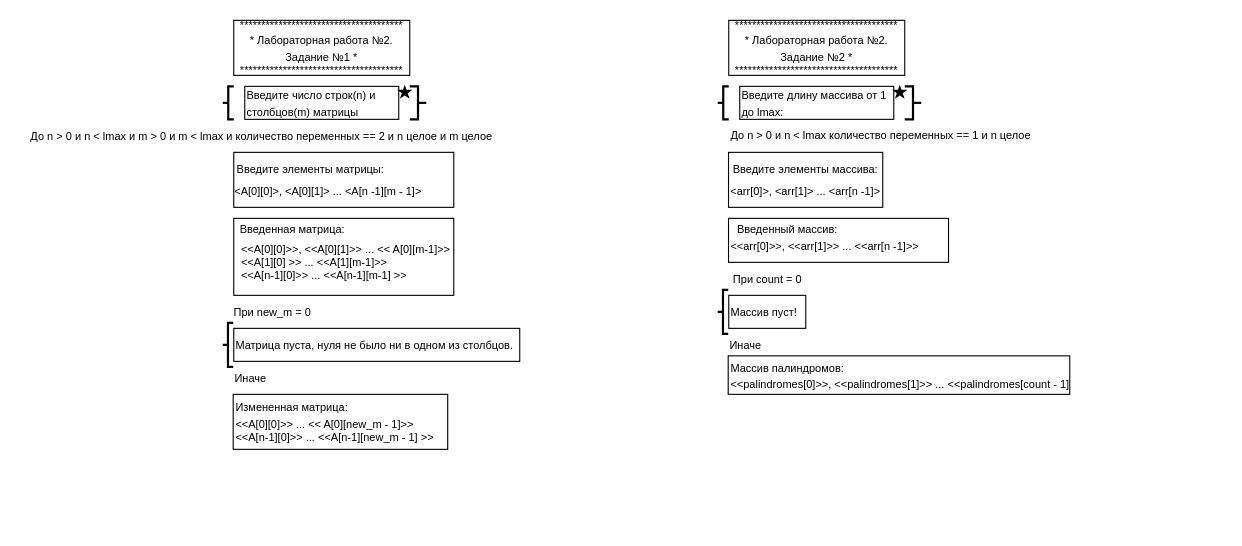
Before: lab2_part1.drawio in xyzfbi/Projects, a draw.io diagram. Source tidied: cells renumbered, new cells numbered last; positions are measured from the earlier drawing's top-left corner, leaving out a move shared by most shapes. Both pictures are drawn from the tidied source at 110%, with x=0, y=0 at pixel (19, 20).
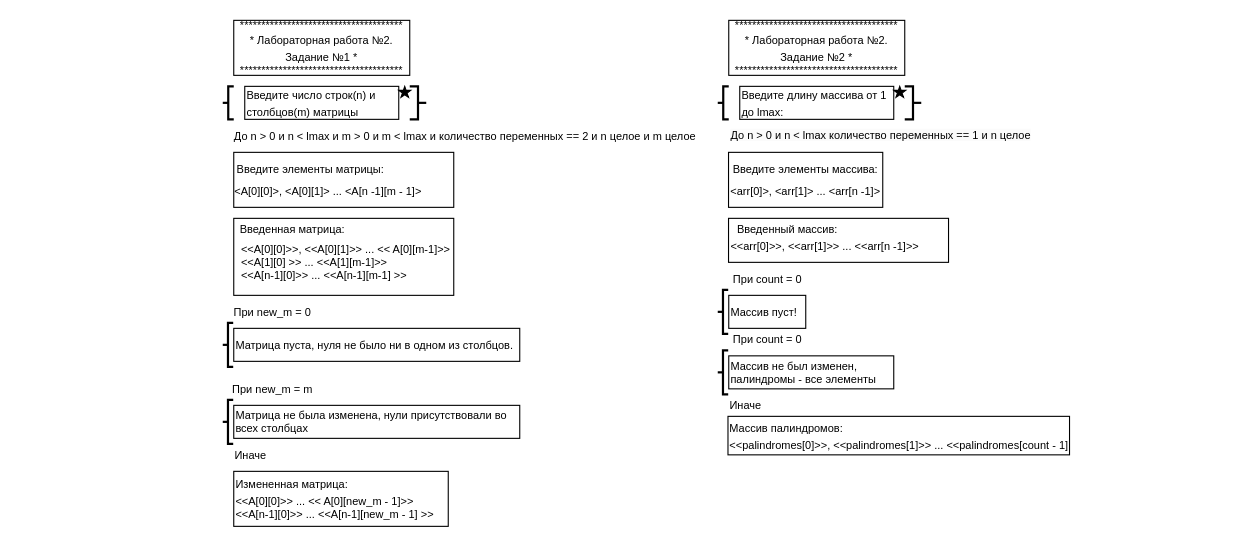
The same page after the edit.

What changed in the source:
```diff
@@
     <mxCell id="7" value="&lt;font style=&quot;font-size: 10px;&quot;&gt;До n &amp;gt; 0 и n &amp;lt; lmax и m &amp;gt; 0 и m &amp;lt; lmax и количество переменных == 2 и n целое&amp;nbsp;&lt;/font&gt;&lt;span style=&quot;font-size: 10px;&quot;&gt;и m целое&lt;/span&gt;" style="text;html=1;align=center;verticalAlign=middle;strokeColor=none;fillColor=none;" parent="1" vertex="1">
-      <mxGeometry y="90" width="440" height="30" as="geometry" />
+      <mxGeometry x="185" y="90" width="440" height="30" as="geometry" />
     </mxCell>
@@
     <mxCell id="17" value="&lt;font style=&quot;font-size: 10px;&quot;&gt;Иначе&lt;/font&gt;" style="text;html=1;align=center;verticalAlign=middle;strokeColor=none;fillColor=none;" parent="1" vertex="1">
-      <mxGeometry x="185" y="310" width="50" height="30" as="geometry" />
+      <mxGeometry x="185" y="380" width="50" height="30" as="geometry" />
     </mxCell>
     <mxCell id="18" value="&lt;font style=&quot;font-size: 10px;&quot;&gt;Измененная матрица:&lt;/font&gt;&lt;div&gt;&lt;div&gt;&lt;font style=&quot;font-size: 10px;&quot;&gt;&amp;lt;&amp;lt;A[0][0]&amp;gt;&amp;gt; ... &amp;lt;&amp;lt; A[0][new_m - 1]&amp;gt;&amp;gt;&lt;br&gt;&lt;div&gt;&lt;span style=&quot;background-color: initial;&quot;&gt;&amp;lt;&amp;lt;A[n-1][0]&amp;gt;&amp;gt;&lt;/span&gt;&amp;nbsp;...&amp;nbsp;&lt;span style=&quot;background-color: initial;&quot;&gt;&amp;lt;&amp;lt;A[n-1][new_m - 1] &amp;gt;&amp;gt;&lt;/span&gt;&lt;/div&gt;&lt;/font&gt;&lt;/div&gt;&lt;/div&gt;" style="rounded=0;whiteSpace=wrap;html=1;align=left;" parent="1" vertex="1">
-      <mxGeometry x="194.5" y="340" width="195" height="50" as="geometry" />
+      <mxGeometry x="195" y="410" width="195" height="50" as="geometry" />
     </mxCell>
@@
     <mxCell id="34" value="&lt;font style=&quot;font-size: 10px;&quot;&gt;Иначе&lt;/font&gt;" style="text;html=1;align=center;verticalAlign=middle;strokeColor=none;fillColor=none;" parent="1" vertex="1">
-      <mxGeometry x="635" y="280" width="50" height="30" as="geometry" />
+      <mxGeometry x="634.8" y="335" width="50" height="30" as="geometry" />
     </mxCell>
     <mxCell id="35" value="&lt;font style=&quot;font-size: 10px;&quot;&gt;Массив палиндромов:&lt;/font&gt;&lt;div&gt;&lt;span style=&quot;font-size: 10px;&quot;&gt;&amp;lt;&amp;lt;palindromes[0]&amp;gt;&amp;gt;, &amp;lt;&amp;lt;palindromes[1]&amp;gt;&amp;gt; ... &amp;lt;&amp;lt;palindromes[count - 1]&lt;/span&gt;&lt;/div&gt;" style="rounded=0;whiteSpace=wrap;html=1;align=left;" parent="1" vertex="1">
-      <mxGeometry x="644.5" y="305" width="310.5" height="35" as="geometry" />
+      <mxGeometry x="644.3" y="360" width="310.5" height="35" as="geometry" />
     </mxCell>
+    <mxCell id="36" value="&lt;font style=&quot;font-size: 10px;&quot;&gt;При new_m = m&lt;/font&gt;" style="text;html=1;align=center;verticalAlign=middle;strokeColor=none;fillColor=none;fontSize=10;" parent="1" vertex="1">
+      <mxGeometry x="180" y="320" width="100" height="30" as="geometry" />
+    </mxCell>
+    <mxCell id="37" value="&lt;font face=&quot;Helvetica&quot;&gt;Матрица не была изменена, нули присутствовали во&lt;br&gt;всех столбцах&lt;/font&gt;" style="rounded=0;whiteSpace=wrap;html=1;align=left;fontSize=10;" parent="1" vertex="1">
+      <mxGeometry x="195" y="350" width="260" height="30" as="geometry" />
+    </mxCell>
+    <mxCell id="38" style="strokeWidth=2;html=1;shape=mxgraph.flowchart.annotation_2;align=left;labelPosition=right;" parent="1" vertex="1">
+      <mxGeometry x="185" y="345" width="9.5" height="40" as="geometry" />
+    </mxCell>
+    <mxCell id="39" value="&lt;font style=&quot;font-size: 10px;&quot;&gt;При count = 0&lt;/font&gt;" style="text;html=1;align=center;verticalAlign=middle;strokeColor=none;fillColor=none;fontSize=10;" parent="1" vertex="1">
+      <mxGeometry x="635" y="275" width="90" height="30" as="geometry" />
+    </mxCell>
+    <mxCell id="40" value="&lt;font face=&quot;Helvetica&quot;&gt;Массив не был изменен, палиндромы - все элементы&lt;/font&gt;" style="rounded=0;whiteSpace=wrap;html=1;align=left;fontSize=10;" parent="1" vertex="1">
+      <mxGeometry x="645" y="305" width="150" height="30" as="geometry" />
+    </mxCell>
+    <mxCell id="41" style="strokeWidth=2;html=1;shape=mxgraph.flowchart.annotation_2;align=left;labelPosition=right;" parent="1" vertex="1">
+      <mxGeometry x="635" y="300" width="9.5" height="40" as="geometry" />
+    </mxCell>
```
